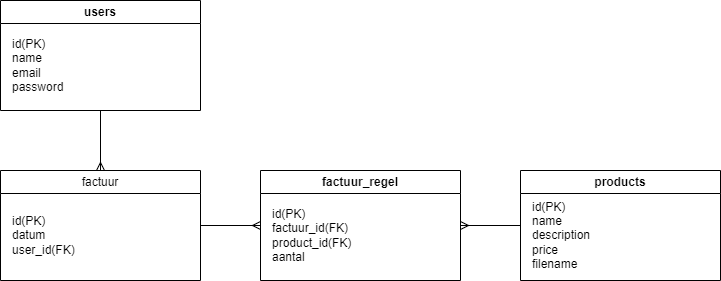
Above: Diagrams/webshop_ERD.drawio.png in Dabra720/educom-webshop-database (draw.io), before the change. Source tidied: cells renumbered, new cells last; positions are measured from the earlier drawing's top-left corner, leaving out a move shared by most shapes.
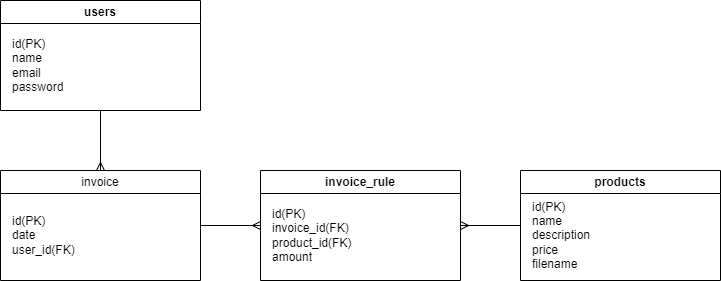
After the change.

Diff of the diagram source:
```diff
@@ -20,19 +20,19 @@
     <mxCell id="7" style="edgeStyle=none;html=1;entryX=0;entryY=0.5;entryDx=0;entryDy=0;endArrow=ERmany;endFill=0;" parent="1" edge="1" source="8" target="11">
       <mxGeometry relative="1" as="geometry" />
     </mxCell>
-    <mxCell id="8" value="factuur" style="swimlane;whiteSpace=wrap;html=1;fontStyle=0;" parent="1" vertex="1">
+    <mxCell id="8" value="invoice" style="swimlane;whiteSpace=wrap;html=1;fontStyle=0;startSize=23;" parent="1" vertex="1">
       <mxGeometry y="170" width="200" height="110" as="geometry" />
     </mxCell>
-    <mxCell id="9" value="id(PK)&lt;br&gt;datum&lt;br&gt;user_id(FK)" style="text;html=1;align=left;verticalAlign=middle;strokeColor=none;fillColor=none;" parent="8" vertex="1">
+    <mxCell id="9" value="id(PK)&lt;br&gt;date&lt;br&gt;user_id(FK)" style="text;html=1;align=left;verticalAlign=middle;strokeColor=none;fillColor=none;" parent="8" vertex="1">
       <mxGeometry x="10" y="35" width="90" height="60" as="geometry" />
     </mxCell>
     <mxCell id="10" style="edgeStyle=none;html=1;entryX=0;entryY=0.5;entryDx=0;entryDy=0;endArrow=none;endFill=0;startArrow=ERmany;startFill=0;" parent="1" edge="1" source="11" target="5">
       <mxGeometry relative="1" as="geometry" />
     </mxCell>
-    <mxCell id="11" value="factuur_regel" style="swimlane;whiteSpace=wrap;html=1;" parent="1" vertex="1">
+    <mxCell id="11" value="invoice_rule" style="swimlane;whiteSpace=wrap;html=1;" parent="1" vertex="1">
       <mxGeometry x="260" y="170" width="200" height="110" as="geometry" />
     </mxCell>
-    <mxCell id="12" value="id(PK)&lt;br&gt;factuur_id(FK)&lt;br&gt;product_id(FK)&lt;br&gt;aantal" style="text;html=1;align=left;verticalAlign=middle;strokeColor=none;fillColor=none;" parent="11" vertex="1">
+    <mxCell id="12" value="id(PK)&lt;br&gt;invoice_id(FK)&lt;br&gt;product_id(FK)&lt;br&gt;amount" style="text;html=1;align=left;verticalAlign=middle;strokeColor=none;fillColor=none;" parent="11" vertex="1">
       <mxGeometry x="10" y="30" width="100" height="70" as="geometry" />
     </mxCell>
   </root>
```
